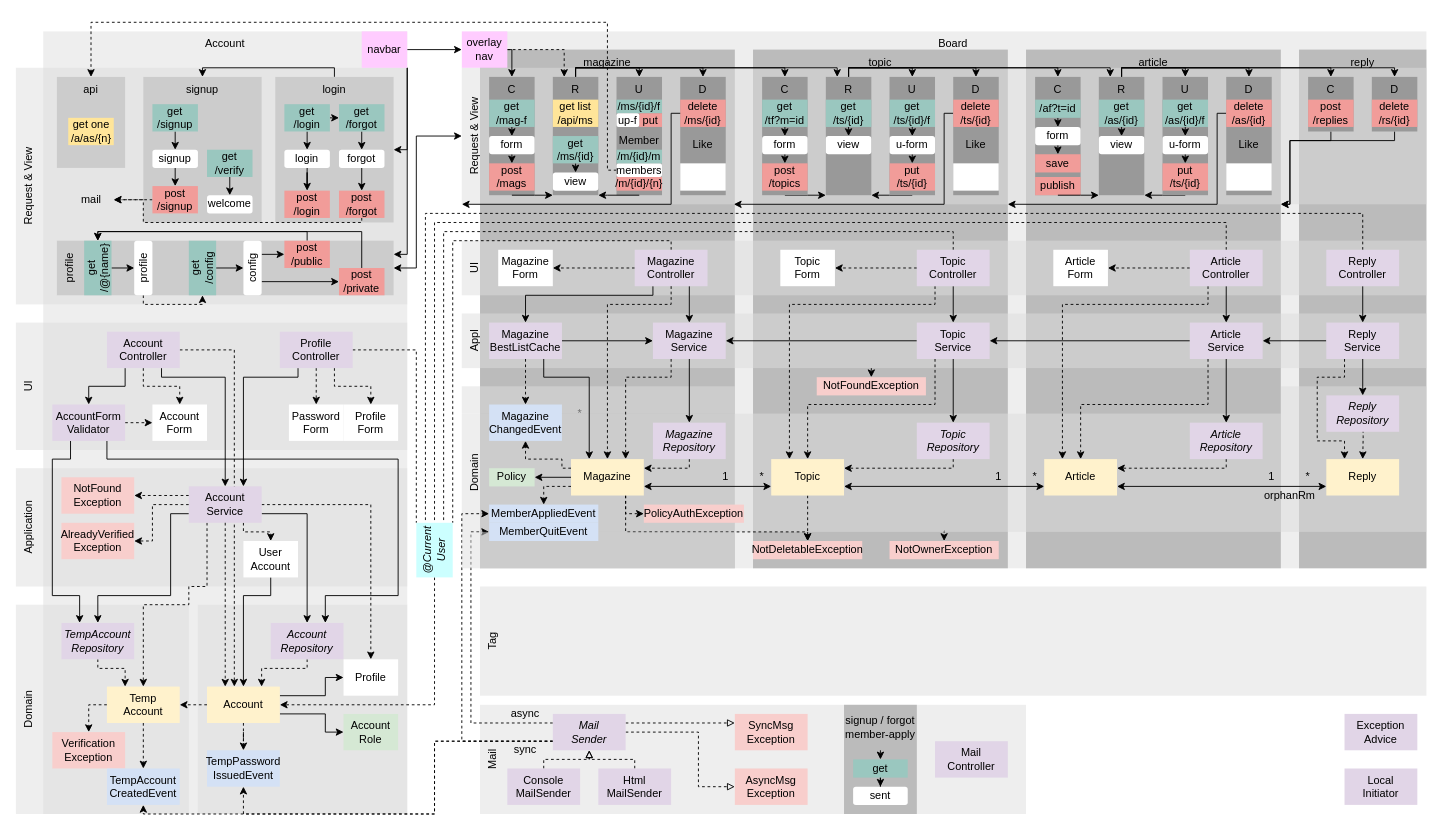
Before: diagram.drawio in suloginscene/dinner, a draw.io diagram. Source tidied: cells renumbered, new cells numbered last; positions are measured from the earlier drawing's top-left corner, leaving out a move shared by most shapes. Both pictures are drawn from the tidied source at 91%, with x=0, y=0 at pixel (15, 22).
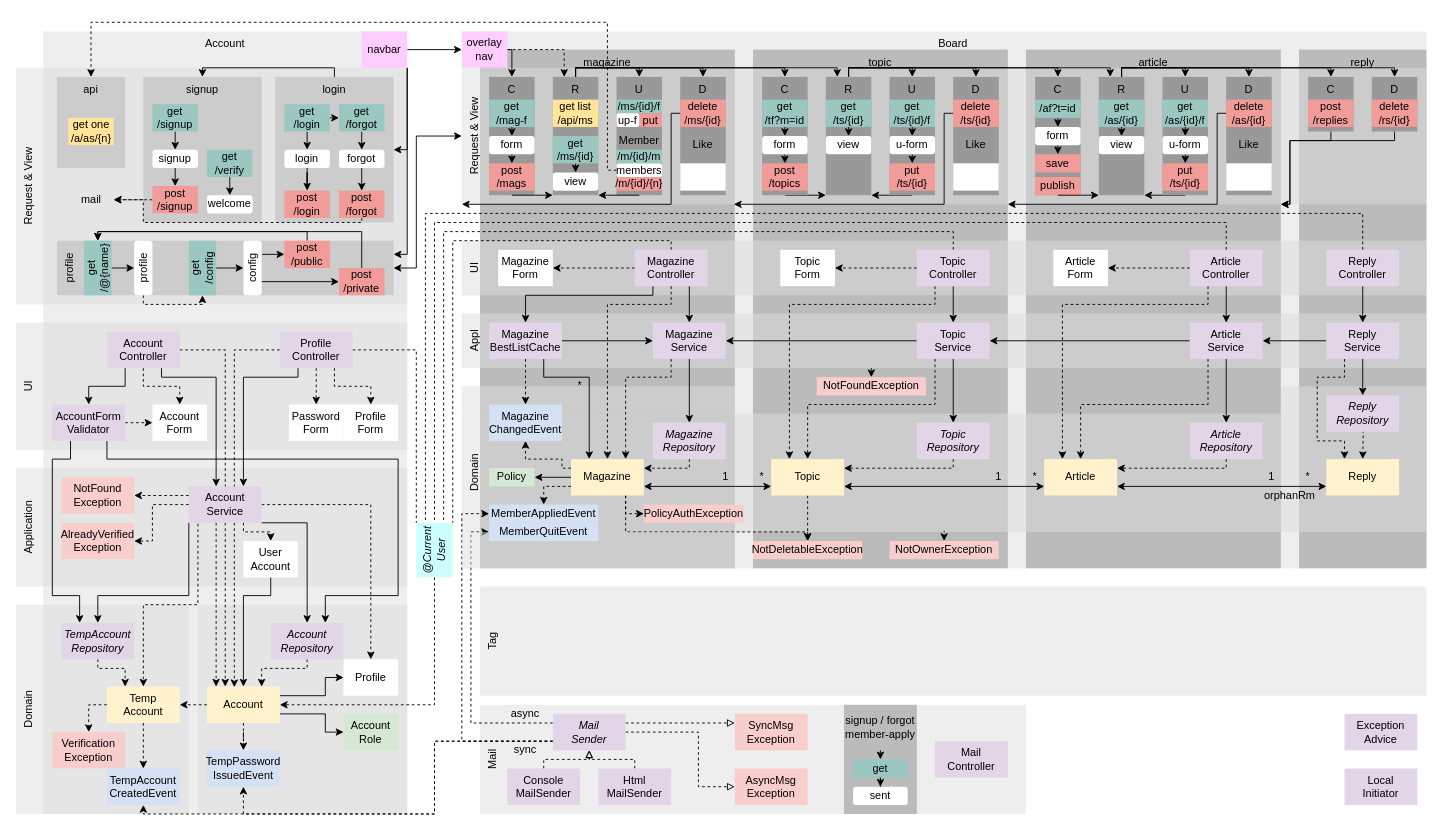
The same diagram, later.

The change refers to these unchanged cells:
```xml
<mxCell id="32" value="Account" style="rounded=0;whiteSpace=wrap;html=1;strokeColor=none;fillColor=#FFF2CC;" parent="1" vertex="1">
  <mxGeometry x="210" y="730" width="80" height="40" as="geometry" />
</mxCell>
<mxCell id="34" value="&lt;span&gt;Account&lt;br&gt;Repository&lt;/span&gt;" style="rounded=0;whiteSpace=wrap;html=1;strokeColor=none;fillColor=#E1D5E7;fontStyle=2;" parent="1" vertex="1">
  <mxGeometry x="280" y="660" width="80" height="40" as="geometry" />
</mxCell>
<mxCell id="37" value="Temp&lt;br&gt;Account" style="rounded=0;whiteSpace=wrap;html=1;strokeColor=none;fillColor=#FFF2CC;" parent="1" vertex="1">
  <mxGeometry x="100" y="730" width="80" height="40" as="geometry" />
</mxCell>
<mxCell id="39" value="&lt;span&gt;TempAccount&lt;br&gt;Repository&lt;/span&gt;" style="rounded=0;whiteSpace=wrap;html=1;strokeColor=none;fillColor=#E1D5E7;fontStyle=2;" parent="1" vertex="1">
  <mxGeometry x="50" y="660" width="80" height="40" as="geometry" />
</mxCell>
<mxCell id="45" value="Account&lt;br&gt;Controller" style="rounded=0;whiteSpace=wrap;html=1;strokeColor=none;fillColor=#E1D5E7;" parent="1" vertex="1">
  <mxGeometry x="100" y="340" width="80" height="40" as="geometry" />
</mxCell>
<mxCell id="128" value="Profile&lt;br&gt;Controller" style="rounded=0;whiteSpace=wrap;html=1;strokeColor=none;fillColor=#E1D5E7;" parent="1" vertex="1">
  <mxGeometry x="290" y="340" width="80" height="40" as="geometry" />
</mxCell>
```

The edit, as a diff of the source:
```diff
@@
-    <mxCell id="41" style="edgeStyle=orthogonalEdgeStyle;rounded=0;jettySize=auto;html=1;exitX=0.75;exitY=1;exitDx=0;exitDy=0;entryX=0.5;entryY=0;entryDx=0;entryDy=0;" parent="1" edge="1" source="45" target="53">
+    <mxCell id="41" style="edgeStyle=orthogonalEdgeStyle;rounded=0;jettySize=auto;html=1;exitX=0.75;exitY=1;exitDx=0;exitDy=0;" parent="1" edge="1" source="45" target="53">
       <mxGeometry relative="1" as="geometry">
         <Array as="points">
           <mxPoint x="160" y="390" />
-          <mxPoint x="230" y="390" />
+          <mxPoint x="220" y="390" />
         </Array>
       </mxGeometry>
     </mxCell>
@@
-    <mxCell id="44" style="edgeStyle=orthogonalEdgeStyle;rounded=0;jettySize=auto;html=1;exitX=1;exitY=0.5;exitDx=0;exitDy=0;entryX=0.375;entryY=0;entryDx=0;entryDy=0;entryPerimeter=0;dashed=1;" parent="1" edge="1" source="45" target="32">
+    <mxCell id="44" style="edgeStyle=orthogonalEdgeStyle;rounded=0;jettySize=auto;html=1;exitX=1;exitY=0.5;exitDx=0;exitDy=0;entryX=0.25;entryY=0;entryDx=0;entryDy=0;dashed=1;" parent="1" edge="1" source="45" target="32">
       <mxGeometry relative="1" as="geometry" />
     </mxCell>
@@
-    <mxCell id="46" style="edgeStyle=orthogonalEdgeStyle;rounded=0;jettySize=auto;html=1;exitX=0;exitY=0.75;exitDx=0;exitDy=0;entryX=0.5;entryY=0;entryDx=0;entryDy=0;" parent="1" edge="1" source="53" target="39">
+    <mxCell id="46" style="edgeStyle=orthogonalEdgeStyle;rounded=0;jettySize=auto;html=1;exitX=0;exitY=1;exitDx=0;exitDy=0;entryX=0.5;entryY=0;entryDx=0;entryDy=0;" parent="1" edge="1" source="53" target="39">
       <mxGeometry relative="1" as="geometry">
         <Array as="points">
-          <mxPoint x="170" y="540" />
-          <mxPoint x="170" y="630" />
+          <mxPoint x="190" y="630" />
           <mxPoint x="90" y="630" />
         </Array>
       </mxGeometry>
     </mxCell>
-    <mxCell id="47" style="edgeStyle=orthogonalEdgeStyle;rounded=0;jettySize=auto;html=1;exitX=1;exitY=0.75;exitDx=0;exitDy=0;entryX=0.5;entryY=0;entryDx=0;entryDy=0;" parent="1" edge="1" source="53" target="34">
+    <mxCell id="47" style="edgeStyle=orthogonalEdgeStyle;rounded=0;jettySize=auto;html=1;exitX=1;exitY=1;exitDx=0;exitDy=0;entryX=0.5;entryY=0;entryDx=0;entryDy=0;" parent="1" edge="1" source="53" target="34">
       <mxGeometry relative="1" as="geometry">
         <Array as="points">
-          <mxPoint x="320" y="540" />
+          <mxPoint x="320" y="550" />
         </Array>
       </mxGeometry>
     </mxCell>
@@
-    <mxCell id="51" style="edgeStyle=orthogonalEdgeStyle;rounded=0;jettySize=auto;html=1;exitX=0.25;exitY=1;exitDx=0;exitDy=0;entryX=0.5;entryY=0;entryDx=0;entryDy=0;dashed=1;" parent="1" edge="1" source="53" target="37">
+    <mxCell id="51" style="edgeStyle=orthogonalEdgeStyle;rounded=0;jettySize=auto;html=1;entryX=0.5;entryY=0;entryDx=0;entryDy=0;dashed=1;" parent="1" edge="1" target="37">
       <mxGeometry relative="1" as="geometry">
+        <mxPoint x="200" y="551" as="sourcePoint" />
         <Array as="points">
-          <mxPoint x="210" y="620" />
-          <mxPoint x="190" y="620" />
-          <mxPoint x="190" y="640" />
+          <mxPoint x="200" y="640" />
           <mxPoint x="140" y="640" />
         </Array>
       </mxGeometry>
     </mxCell>
@@
-    <mxCell id="53" value="Account&lt;br&gt;Service" style="rounded=0;whiteSpace=wrap;html=1;strokeColor=none;fillColor=#E1D5E7;" parent="1" vertex="1">
-      <mxGeometry x="190" y="510" width="80" height="40" as="geometry" />
-    </mxCell>
@@
+    <mxCell id="319" style="edgeStyle=orthogonalEdgeStyle;rounded=0;jettySize=auto;html=1;exitX=0;exitY=0.5;exitDx=0;exitDy=0;entryX=0.375;entryY=0.016;entryDx=0;entryDy=0;entryPerimeter=0;dashed=1;" parent="1" edge="1" source="128" target="32">
+      <mxGeometry relative="1" as="geometry" />
+    </mxCell>
@@
-    <mxCell id="129" style="edgeStyle=orthogonalEdgeStyle;rounded=0;jettySize=auto;html=1;exitX=0.5;exitY=1;exitDx=0;exitDy=0;dashed=1;entryX=0.25;entryY=0;entryDx=0;entryDy=0;" parent="1" edge="1" source="53" target="32">
-      <mxGeometry relative="1" as="geometry" />
+    <mxCell id="129" style="edgeStyle=orthogonalEdgeStyle;rounded=0;jettySize=auto;html=1;dashed=1;" parent="1" edge="1" source="53">
+      <mxGeometry relative="1" as="geometry">
+        <mxPoint x="220" y="730" as="targetPoint" />
+        <Array as="points">
+          <mxPoint x="220" y="730" />
+        </Array>
+      </mxGeometry>
     </mxCell>
@@
     <mxCell id="278" value="*" style="rounded=1;whiteSpace=wrap;html=1;strokeColor=none;fillColor=none;" parent="1" vertex="1">
-      <mxGeometry x="610" y="420" width="20" height="20" as="geometry" />
+      <mxGeometry x="610" y="390" width="20" height="20" as="geometry" />
     </mxCell>
@@
+    <mxCell id="53" value="Account&lt;br&gt;Service" style="rounded=0;whiteSpace=wrap;html=1;strokeColor=none;fillColor=#E1D5E7;" parent="1" vertex="1">
+      <mxGeometry x="190" y="510" width="80" height="40" as="geometry" />
+    </mxCell>
```
